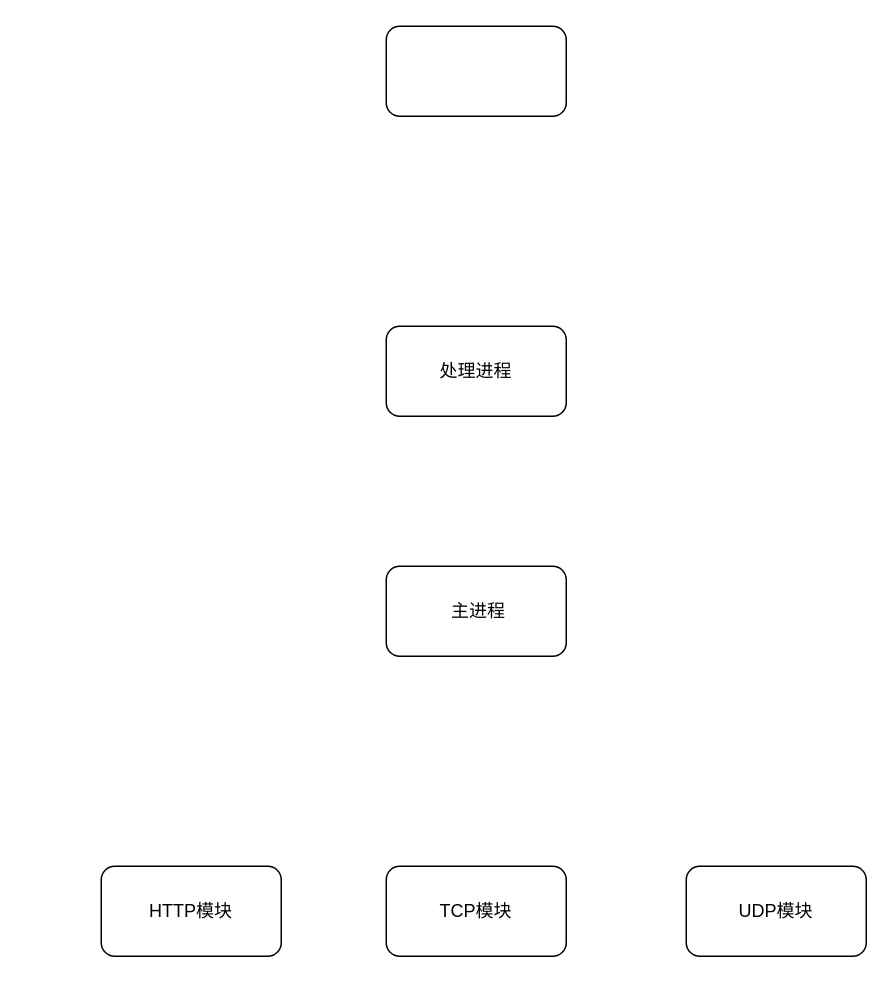
CycleZero/mini-CentralNetwork keeps this draw.io diagram as SystemGraph.drawio. Above is the earlier version. Source tidied: cells renumbered, new cells numbered last; positions are measured from the earlier drawing's top-left corner, leaving out a move shared by most shapes. Both pictures are drawn from the tidied source at 150%, with x=0, y=0 at pixel (100, 26).
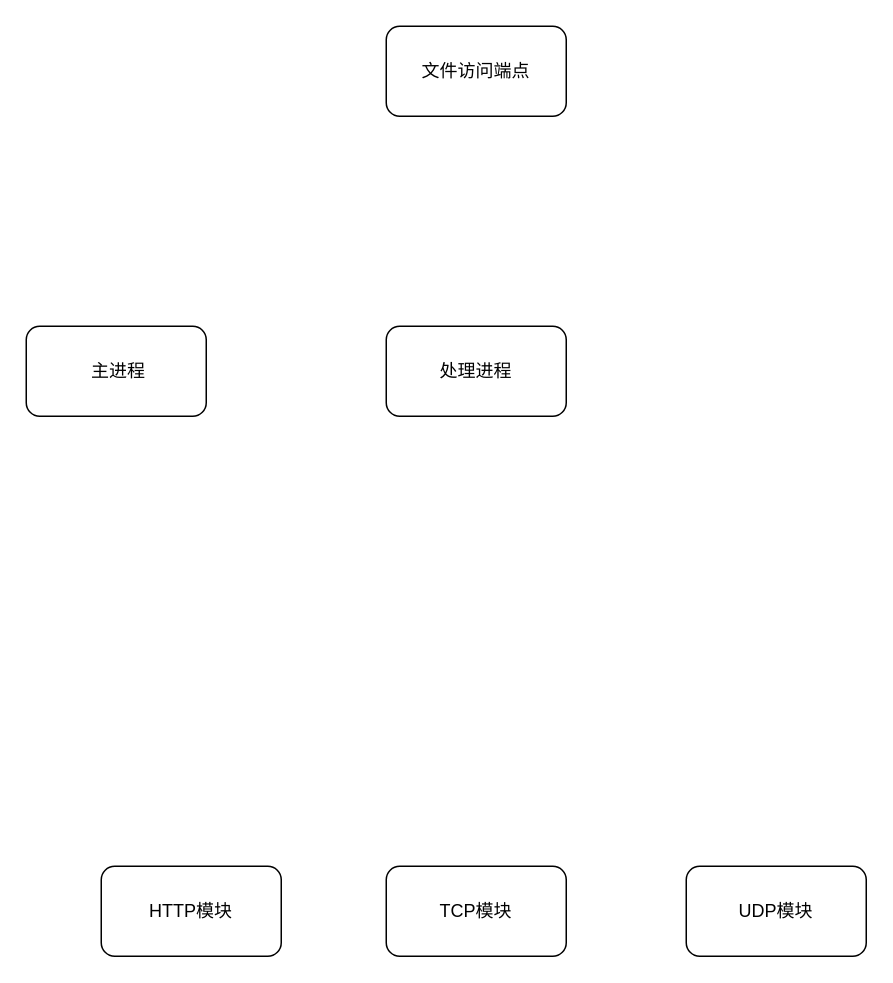
The same page after the edit.

The edit, as a diff of the source:
```diff
@@
 <mxGraphModel>
   <root>
     <mxCell id="0" />
     <mxCell id="1" parent="0" />
     <mxCell id="2" value="&amp;nbsp;主进程" style="rounded=1;whiteSpace=wrap;html=1;" parent="1" vertex="1">
-      <mxGeometry x="190" y="360" width="120" height="60" as="geometry" />
+      <mxGeometry x="-50" y="200" width="120" height="60" as="geometry" />
     </mxCell>
     <mxCell id="3" value="HTTP模块" style="rounded=1;whiteSpace=wrap;html=1;" parent="1" vertex="1">
       <mxGeometry y="560" width="120" height="60" as="geometry" />
     </mxCell>
     <mxCell id="4" value="TCP模块" style="rounded=1;whiteSpace=wrap;html=1;" parent="1" vertex="1">
       <mxGeometry x="190" y="560" width="120" height="60" as="geometry" />
     </mxCell>
     <mxCell id="5" value="UDP模块" style="rounded=1;whiteSpace=wrap;html=1;" parent="1" vertex="1">
       <mxGeometry x="390" y="560" width="120" height="60" as="geometry" />
     </mxCell>
     <mxCell id="6" value="处理进程" style="rounded=1;whiteSpace=wrap;html=1;" parent="1" vertex="1">
       <mxGeometry x="190" y="200" width="120" height="60" as="geometry" />
     </mxCell>
-    <mxCell id="7" style="rounded=1;whiteSpace=wrap;html=1;" parent="1" vertex="1">
+    <mxCell id="7" value="文件访问端点" style="rounded=1;whiteSpace=wrap;html=1;" parent="1" vertex="1">
       <mxGeometry x="190" width="120" height="60" as="geometry" />
     </mxCell>
   </root>
 </mxGraphModel>
```
